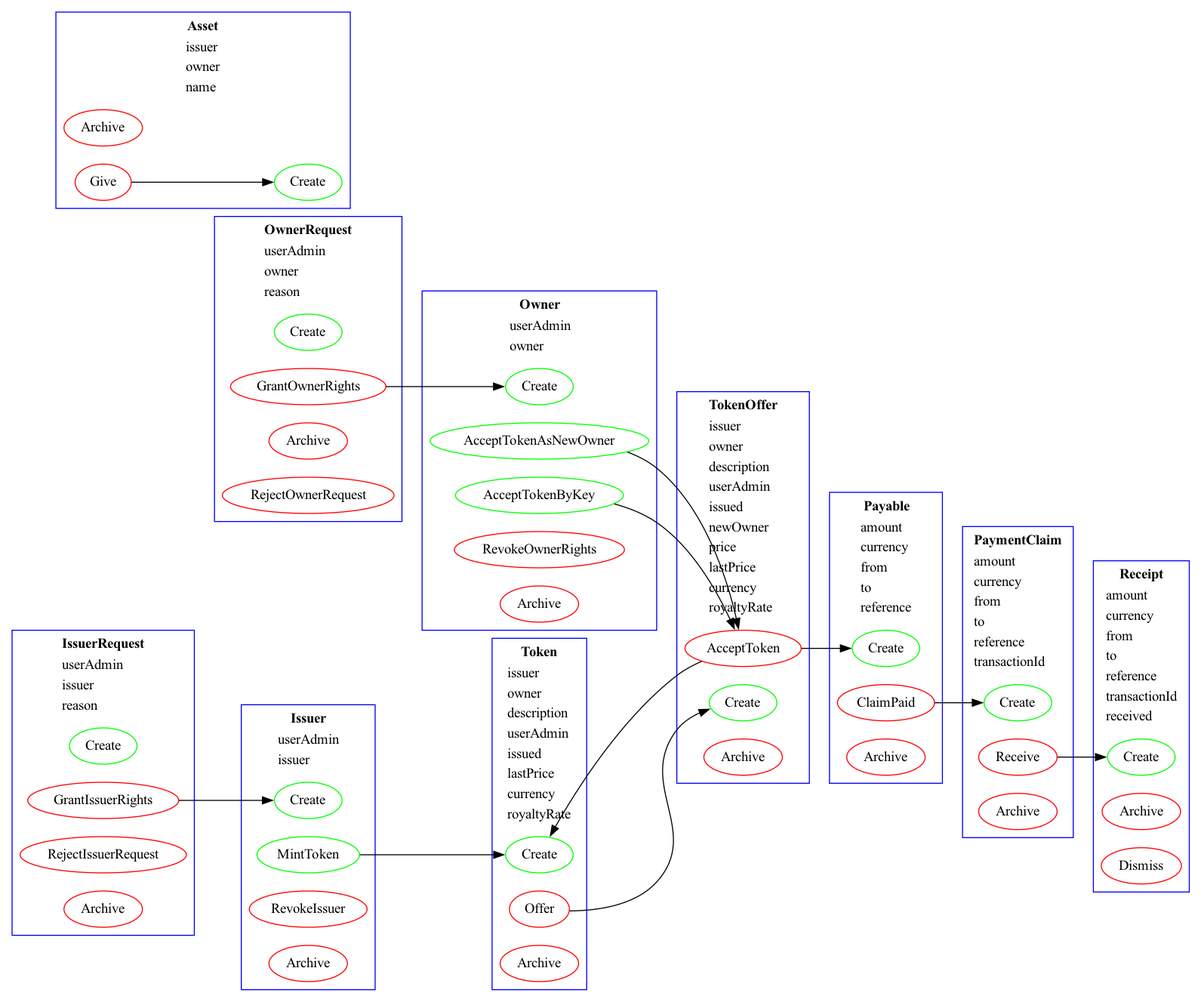
Before: myNFT/project.png, a diagram exported from Graphviz (okj203/daml-PrivateNFT). Its source is kept beside it as myNFT/project.dot. The source it was exported from:
```dot
digraph G {
compound=true;
rankdir=LR;
subgraph cluster_Issuer{
n0[label=Create][color=green];
n1[label=MintToken][color=green];
n2[label=RevokeIssuer][color=red];
n3[label=Archive][color=red];
label=<<table align = "left" border="0" cellborder="0" cellspacing="1">
<tr><td align="center"><b>Issuer</b></td></tr><tr><td align="left">userAdmin</td></tr>
<tr><td align="left">issuer</td></tr>
</table>>;color=blue
}subgraph cluster_IssuerRequest{
n4[label=Create][color=green];
n5[label=GrantIssuerRights][color=red];
n6[label=RejectIssuerRequest][color=red];
n7[label=Archive][color=red];
label=<<table align = "left" border="0" cellborder="0" cellspacing="1">
<tr><td align="center"><b>IssuerRequest</b></td></tr><tr><td align="left">userAdmin</td></tr>
<tr><td align="left">issuer</td></tr>
<tr><td align="left">reason</td></tr>
</table>>;color=blue
}subgraph cluster_Owner{
n8[label=Create][color=green];
n9[label=AcceptTokenAsNewOwner][color=green];
n10[label=AcceptTokenByKey][color=green];
n11[label=RevokeOwnerRights][color=red];
n12[label=Archive][color=red];
label=<<table align = "left" border="0" cellborder="0" cellspacing="1">
<tr><td align="center"><b>Owner</b></td></tr><tr><td align="left">userAdmin</td></tr>
<tr><td align="left">owner</td></tr>
</table>>;color=blue
}subgraph cluster_OwnerRequest{
n13[label=Create][color=green];
n14[label=GrantOwnerRights][color=red];
n15[label=Archive][color=red];
n16[label=RejectOwnerRequest][color=red];
label=<<table align = "left" border="0" cellborder="0" cellspacing="1">
<tr><td align="center"><b>OwnerRequest</b></td></tr><tr><td align="left">userAdmin</td></tr>
<tr><td align="left">owner</td></tr>
<tr><td align="left">reason</td></tr>
</table>>;color=blue
}subgraph cluster_Token{
n17[label=Create][color=green];
n18[label=Offer][color=red];
n19[label=Archive][color=red];
label=<<table align = "left" border="0" cellborder="0" cellspacing="1">
<tr><td align="center"><b>Token</b></td></tr><tr><td align="left">issuer</td></tr>
<tr><td align="left">owner</td></tr>
<tr><td align="left">description</td></tr>
<tr><td align="left">userAdmin</td></tr>
<tr><td align="left">issued</td></tr>
<tr><td align="left">lastPrice</td></tr>
<tr><td align="left">currency</td></tr>
<tr><td align="left">royaltyRate</td></tr>
</table>>;color=blue
}subgraph cluster_TokenOffer{
n20[label=Create][color=green];
n21[label=AcceptToken][color=red];
n22[label=Archive][color=red];
label=<<table align = "left" border="0" cellborder="0" cellspacing="1">
<tr><td align="center"><b>TokenOffer</b></td></tr><tr><td align="left">issuer</td></tr>
<tr><td align="left">owner</td></tr>
<tr><td align="left">description</td></tr>
<tr><td align="left">userAdmin</td></tr>
<tr><td align="left">issued</td></tr>
<tr><td align="left">newOwner</td></tr>
<tr><td align="left">price</td></tr>
<tr><td align="left">lastPrice</td></tr>
<tr><td align="left">currency</td></tr>
<tr><td align="left">royaltyRate</td></tr>
</table>>;color=blue
}subgraph cluster_Payable{
n23[label=Create][color=green];
n24[label=ClaimPaid][color=red];
n25[label=Archive][color=red];
label=<<table align = "left" border="0" cellborder="0" cellspacing="1">
<tr><td align="center"><b>Payable</b></td></tr><tr><td align="left">amount</td></tr>
<tr><td align="left">currency</td></tr>
<tr><td align="left">from</td></tr>
<tr><td align="left">to</td></tr>
<tr><td align="left">reference</td></tr>
</table>>;color=blue
}subgraph cluster_PaymentClaim{
n26[label=Create][color=green];
n27[label=Receive][color=red];
n28[label=Archive][color=red];
label=<<table align = "left" border="0" cellborder="0" cellspacing="1">
<tr><td align="center"><b>PaymentClaim</b></td></tr><tr><td align="left">amount</td></tr>
<tr><td align="left">currency</td></tr>
<tr><td align="left">from</td></tr>
<tr><td align="left">to</td></tr>
<tr><td align="left">reference</td></tr>
<tr><td align="left">transactionId</td></tr>
</table>>;color=blue
}subgraph cluster_Receipt{
n29[label=Create][color=green];
n30[label=Archive][color=red];
n31[label=Dismiss][color=red];
label=<<table align = "left" border="0" cellborder="0" cellspacing="1">
<tr><td align="center"><b>Receipt</b></td></tr><tr><td align="left">amount</td></tr>
<tr><td align="left">currency</td></tr>
<tr><td align="left">from</td></tr>
<tr><td align="left">to</td></tr>
<tr><td align="left">reference</td></tr>
<tr><td align="left">transactionId</td></tr>
<tr><td align="left">received</td></tr>
</table>>;color=blue
}subgraph cluster_Asset{
n32[label=Create][color=green];
n33[label=Archive][color=red];
n34[label=Give][color=red];
label=<<table align = "left" border="0" cellborder="0" cellspacing="1">
<tr><td align="center"><b>Asset</b></td></tr><tr><td align="left">issuer</td></tr>
<tr><td align="left">owner</td></tr>
<tr><td align="left">name</td></tr>
</table>>;color=blue
}n1->n17
n5->n0
n9->n21
n10->n21
n14->n8
n18->n20
n21->n23
n21->n17
n24->n26
n27->n29
n34->n32

}
```
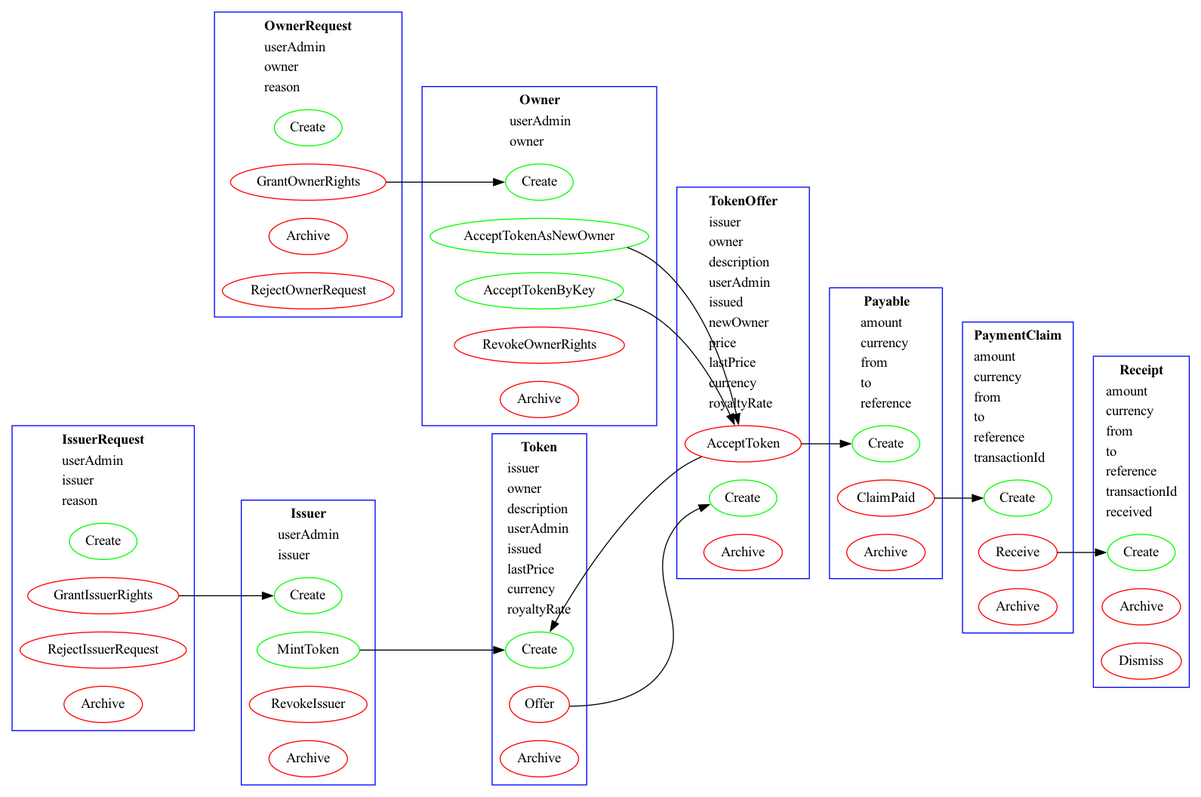
Later version of the same file.

Diff of the diagram source:
```diff
@@ -106,15 +106,6 @@
 <tr><td align="left">transactionId</td></tr>
 <tr><td align="left">received</td></tr>
 </table>>;color=blue
-}subgraph cluster_Asset{
-n32[label=Create][color=green];
-n33[label=Archive][color=red];
-n34[label=Give][color=red];
-label=<<table align = "left" border="0" cellborder="0" cellspacing="1">
-<tr><td align="center"><b>Asset</b></td></tr><tr><td align="left">issuer</td></tr>
-<tr><td align="left">owner</td></tr>
-<tr><td align="left">name</td></tr>
-</table>>;color=blue
 }n1->n17
 n5->n0
 n9->n21
@@ -125,6 +116,5 @@
 n21->n17
 n24->n26
 n27->n29
-n34->n32
 
 }
```
